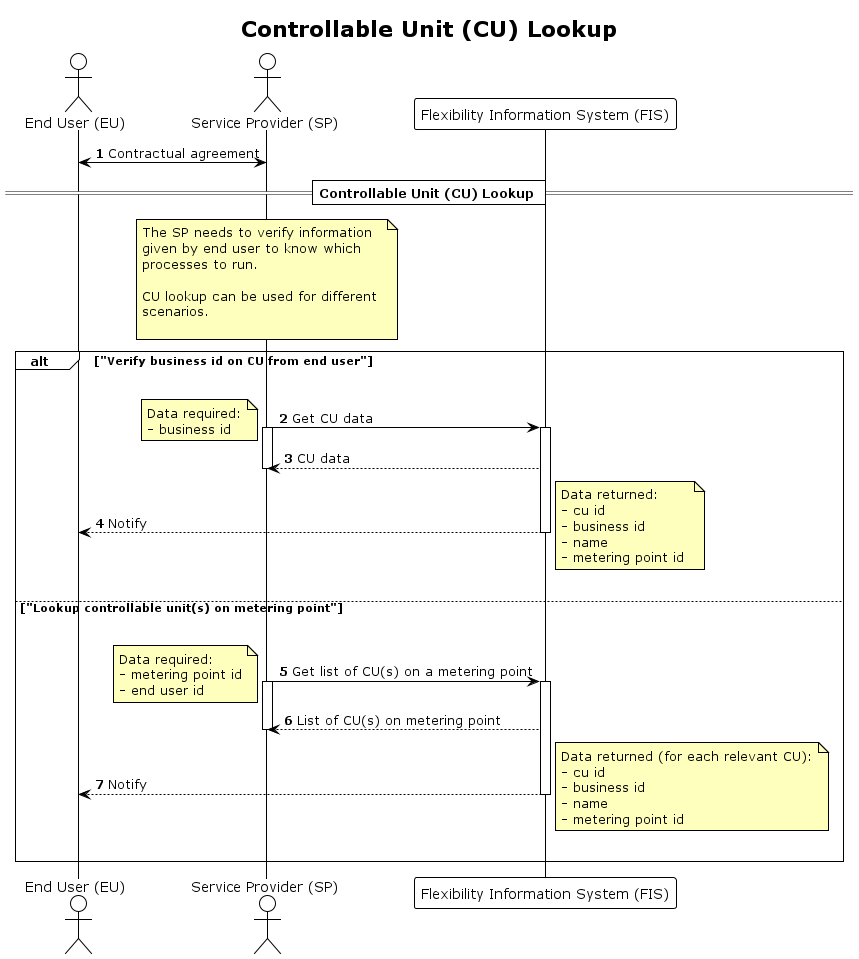
Above: docs/diagrams/controllable_unit_lookup.png in elhub/flex-information-system (PlantUML), before the change.
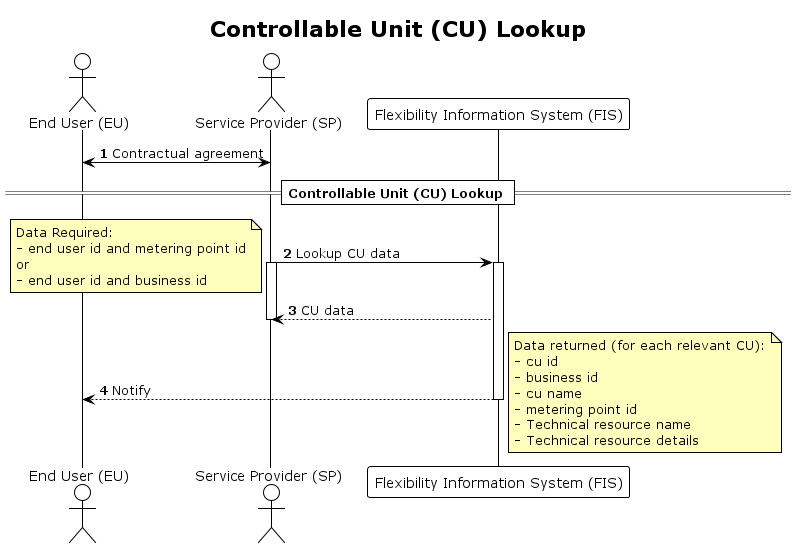
After the commit.

Commit message:
Update lookup process

Changed from two flows to one flow. Updated info on data to be returned. Smaller cleanups.

What changed in the source:
```diff
@@ -14,68 +14,30 @@
 
 EU <-> SP: Contractual agreement
 
-
 == Controllable Unit (CU) Lookup ==
 
-Note over SP
-The SP needs to verify information
-given by end user to know which
-processes to run.
+SP -> FIS: Lookup CU data
+note left
+    Data Required:
+    - end user id and metering point id
+    or
+    - end user id and business id
+end note
+activate SP
+activate FIS
+FIS --> SP: CU data
+deactivate SP
+FIS --> EU: Notify
+deactivate FIS
 
-CU lookup can be used for different
-scenarios.
-
+note right
+    Data returned (for each relevant CU):
+    - cu id
+    - business id
+    - cu name
+    - metering point id
+    - Technical resource name
+    - Technical resource details
 end note
 
-alt "Verify business id on CU from end user"
-    |||
-    SP -> FIS: Get CU data
-    activate SP
-    note left
-        Data required:
-        - business id
-    end note
-    activate FIS
-    FIS --> SP: CU data
-    deactivate SP
-    FIS --> EU: Notify
-    deactivate FIS
-    |||
-
-    note right
-        Data returned:
-        - cu id
-        - business id
-        - name
-        - metering point id
-    end note
-
-else "Lookup controllable unit(s) on metering point"
-    |||
-    SP -> FIS: Get list of CU(s) on a metering point
-    note left
-        Data required:
-        - metering point id
-        - end user id
-    end note
-    activate FIS
-    activate SP
-    FIS --> SP: List of CU(s) on metering point
-    deactivate SP
-    FIS --> EU: Notify
-    deactivate FIS
-
-    |||
-    note right
-        Data returned (for each relevant CU):
-        - cu id
-        - business id
-        - name
-        - metering point id
-    end note
-
-end
-
-
-
 @enduml
```
